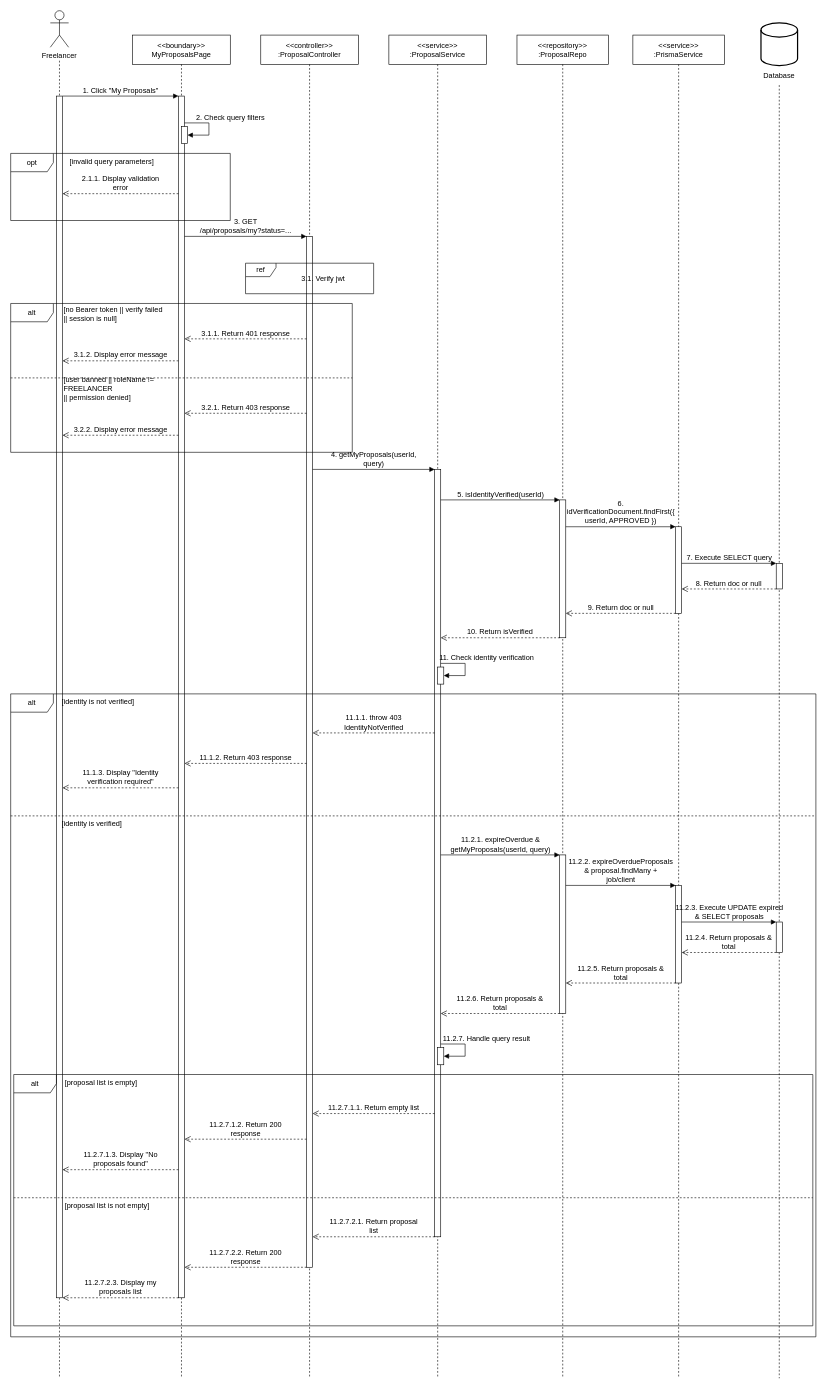
Above: sequence-diagrams-remake/ptai/UC-32.01_-_View_My_Proposal_List.drawio in Thunggg/Frevia (draw.io), before the change. Source tidied: cells renumbered, new cells numbered last; positions are measured from the earlier drawing's top-left corner, leaving out a move shared by most shapes. Both pictures are drawn from the tidied source at 61%, with x=0, y=0 at pixel (10, 10).
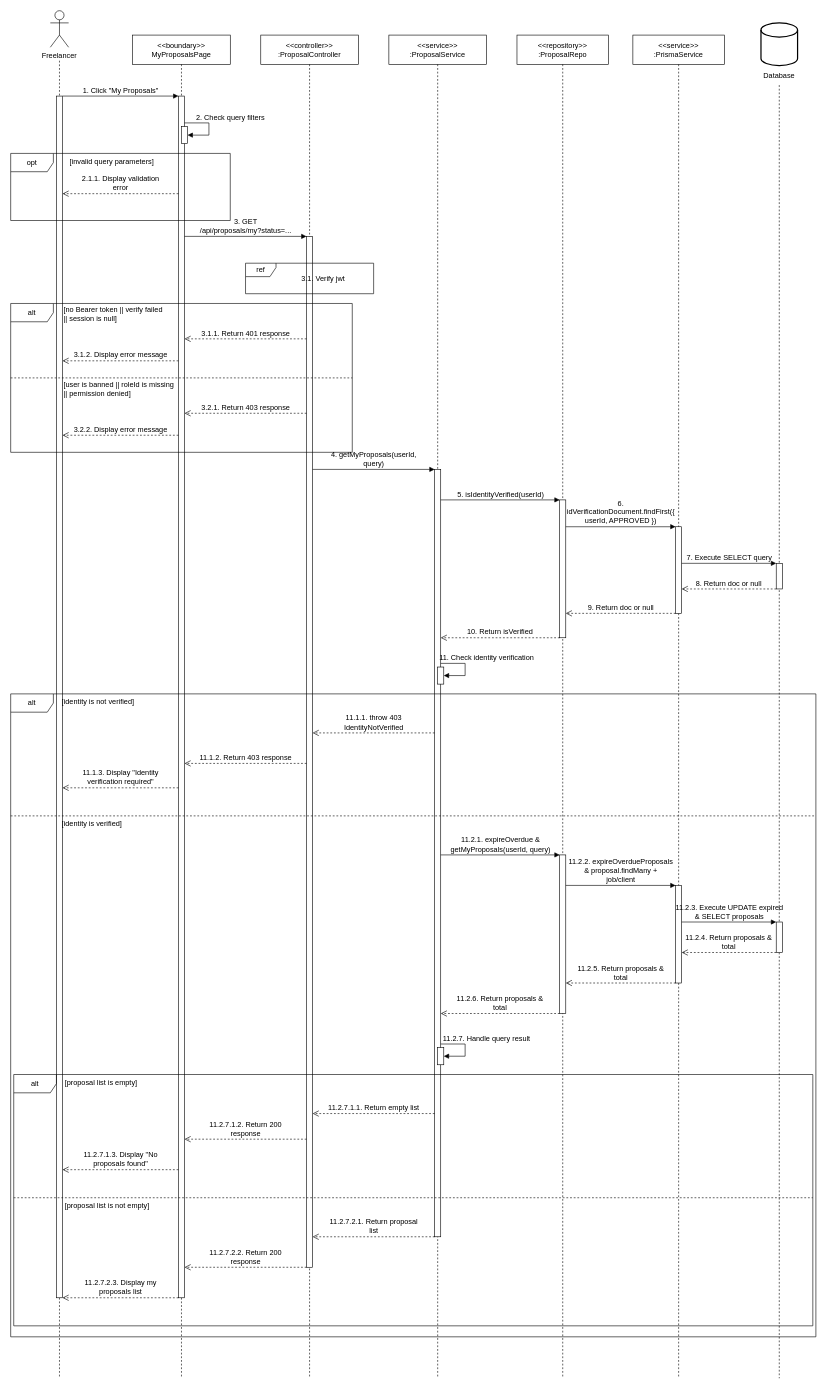
After the change.

Diff of the diagram source:
```diff
@@
-    <mxCell id="29" value="[user banned || roleName != FREELANCER&lt;br&gt;|| permission denied]" style="text;html=1;align=left;verticalAlign=middle;whiteSpace=wrap;rounded=0;fontSize=12;labelBackgroundColor=none;" parent="1" vertex="1">
+    <mxCell id="29" value="[user is banned || roleId is missing&lt;br&gt;|| permission denied]" style="text;html=1;align=left;verticalAlign=middle;whiteSpace=wrap;rounded=0;fontSize=12;labelBackgroundColor=none;" parent="1" vertex="1">
       <mxGeometry x="85" y="604" width="195" height="32" as="geometry" />
     </mxCell>
```
